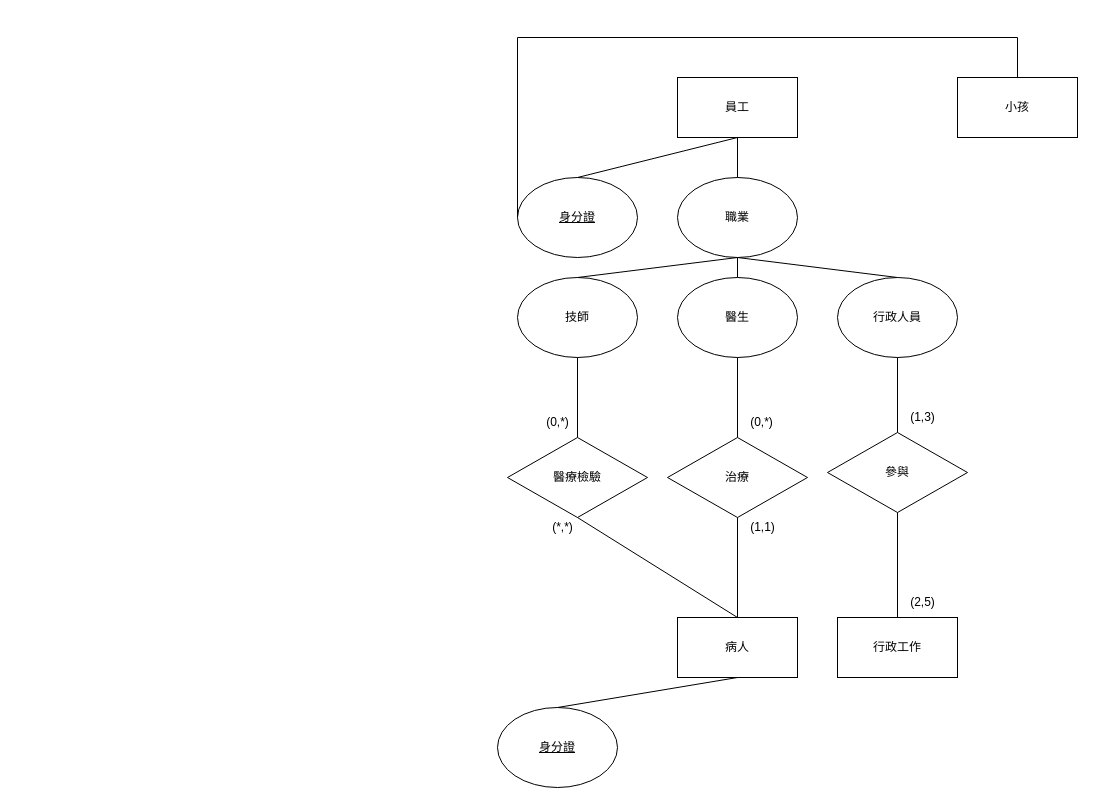
Above: MYSQL.drawio in davgo0103/Flow-Chart (draw.io), before the change. Source tidied: cells renumbered, new cells numbered last; positions are measured from the earlier drawing's top-left corner, leaving out a move shared by most shapes. Both pictures are drawn from the tidied source at 100%, with x=0, y=0 at pixel (497, 37).
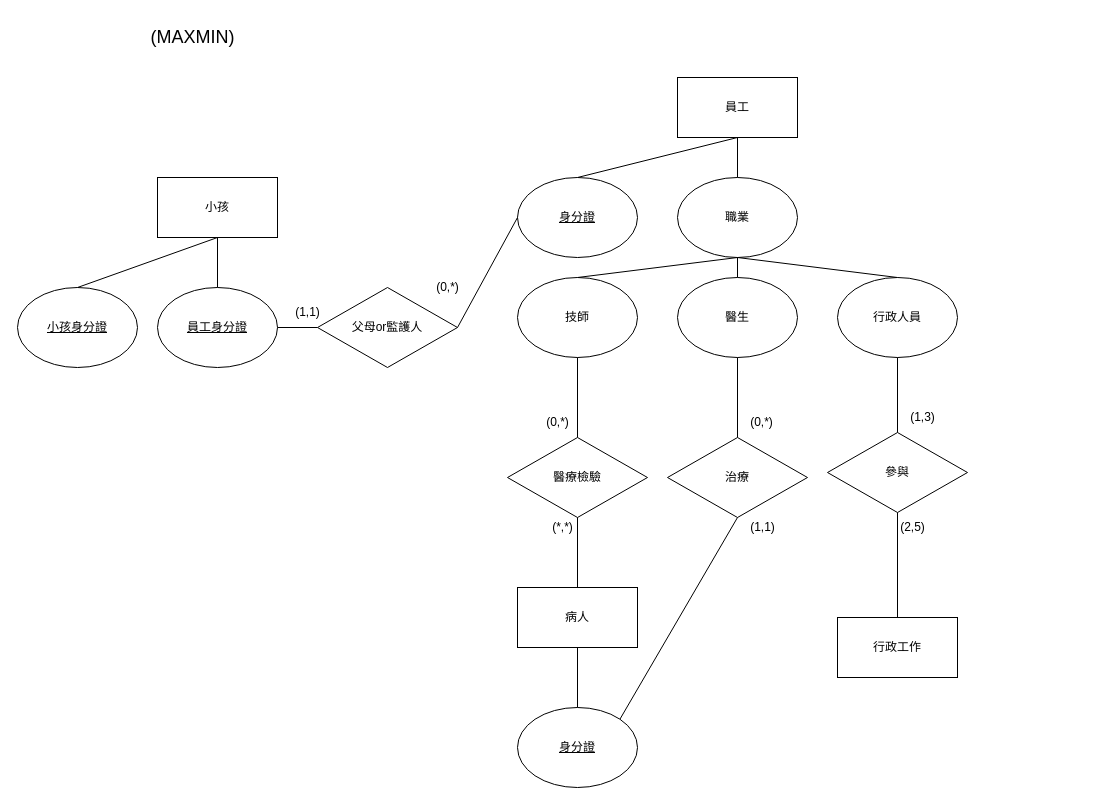
The same page after the edit.

Unchanged cells that the change refers to:
```xml
<mxCell id="14" value="治療" style="rhombus;whiteSpace=wrap;html=1;" parent="1" vertex="1">
  <mxGeometry x="170" y="400" width="140" height="80" as="geometry" />
</mxCell>
<mxCell id="24" value="&lt;u&gt;身分證&lt;/u&gt;" style="ellipse;whiteSpace=wrap;html=1;" parent="1" vertex="1">
  <mxGeometry x="20" y="140" width="120" height="80" as="geometry" />
</mxCell>
```

Change to the diagram source:
```diff
@@
     <mxCell id="3" value="病人" style="rounded=0;whiteSpace=wrap;html=1;" parent="1" vertex="1">
-      <mxGeometry x="180" y="580" width="120" height="60" as="geometry" />
+      <mxGeometry x="20" y="550" width="120" height="60" as="geometry" />
     </mxCell>
@@
     <mxCell id="5" value="小孩" style="rounded=0;whiteSpace=wrap;html=1;" parent="1" vertex="1">
-      <mxGeometry x="460" y="40" width="120" height="60" as="geometry" />
+      <mxGeometry x="-340" y="140" width="120" height="60" as="geometry" />
     </mxCell>
@@
-    <mxCell id="16" style="endArrow=none;html=1;rounded=0;entryX=0.5;entryY=1;entryDx=0;entryDy=0;exitX=0.5;exitY=0;exitDx=0;exitDy=0;" parent="1" edge="1" source="3" target="14">
+    <mxCell id="16" style="endArrow=none;html=1;rounded=0;entryX=0.5;entryY=1;entryDx=0;entryDy=0;exitX=1;exitY=0;exitDx=0;exitDy=0;" parent="1" edge="1" source="22" target="14">
       <mxGeometry relative="1" as="geometry" />
     </mxCell>
@@
     <mxCell id="22" value="&lt;u&gt;身分證&lt;/u&gt;" style="ellipse;whiteSpace=wrap;html=1;" parent="1" vertex="1">
-      <mxGeometry y="670" width="120" height="80" as="geometry" />
+      <mxGeometry x="20" y="670" width="120" height="80" as="geometry" />
     </mxCell>
@@
     <mxCell id="32" value="(2,5)" style="text;html=1;align=center;verticalAlign=middle;strokeColor=none;fillColor=none;" parent="1" vertex="1">
-      <mxGeometry x="400" y="550" width="50" height="30" as="geometry" />
+      <mxGeometry x="390" y="475" width="50" height="30" as="geometry" />
     </mxCell>
-    <mxCell id="33" style="endArrow=none;html=1;rounded=0;exitX=0;exitY=0.5;exitDx=0;exitDy=0;entryX=0.5;entryY=0;entryDx=0;entryDy=0;" parent="1" edge="1" source="24" target="5">
-      <mxGeometry relative="1" as="geometry">
-        <Array as="points">
-          <mxPoint x="20" />
-          <mxPoint x="520" />
-        </Array>
-      </mxGeometry>
-    </mxCell>
+    <mxCell id="34" style="endArrow=none;html=1;rounded=0;entryX=0;entryY=0.5;entryDx=0;entryDy=0;exitX=1;exitY=0.5;exitDx=0;exitDy=0;" parent="1" edge="1" source="37" target="24">
+      <mxGeometry relative="1" as="geometry" />
+    </mxCell>
+    <mxCell id="35" value="&lt;u&gt;員工身分證&lt;/u&gt;" style="ellipse;whiteSpace=wrap;html=1;" parent="1" vertex="1">
+      <mxGeometry x="-340" y="250" width="120" height="80" as="geometry" />
+    </mxCell>
+    <mxCell id="36" style="endArrow=none;html=1;rounded=0;entryX=0.5;entryY=1;entryDx=0;entryDy=0;exitX=0.5;exitY=0;exitDx=0;exitDy=0;" parent="1" edge="1" source="35" target="5">
+      <mxGeometry relative="1" as="geometry" />
+    </mxCell>
+    <mxCell id="37" value="父母or監護人" style="rhombus;whiteSpace=wrap;html=1;" parent="1" vertex="1">
+      <mxGeometry x="-180" y="250" width="140" height="80" as="geometry" />
+    </mxCell>
+    <mxCell id="38" style="endArrow=none;html=1;rounded=0;entryX=0;entryY=0.5;entryDx=0;entryDy=0;exitX=1;exitY=0.5;exitDx=0;exitDy=0;" parent="1" edge="1" source="35" target="37">
+      <mxGeometry relative="1" as="geometry" />
+    </mxCell>
+    <mxCell id="39" value="(0,*)" style="text;html=1;align=center;verticalAlign=middle;strokeColor=none;fillColor=none;" parent="1" vertex="1">
+      <mxGeometry x="-75" y="235" width="50" height="30" as="geometry" />
+    </mxCell>
+    <mxCell id="40" value="(1,1)" style="text;html=1;align=center;verticalAlign=middle;strokeColor=none;fillColor=none;" parent="1" vertex="1">
+      <mxGeometry x="-215" y="260" width="50" height="30" as="geometry" />
+    </mxCell>
+    <mxCell id="41" value="&lt;font style=&quot;font-size: 18px;&quot;&gt;(MAXMIN)&lt;/font&gt;" style="text;html=1;align=center;verticalAlign=middle;strokeColor=none;fillColor=none;" parent="1" vertex="1">
+      <mxGeometry x="-360" y="-20" width="110" height="40" as="geometry" />
+    </mxCell>
+    <mxCell id="42" value="&lt;u&gt;小孩身分證&lt;/u&gt;" style="ellipse;whiteSpace=wrap;html=1;" parent="1" vertex="1">
+      <mxGeometry x="-480" y="250" width="120" height="80" as="geometry" />
+    </mxCell>
+    <mxCell id="43" style="endArrow=none;html=1;rounded=0;fontSize=18;exitX=0.5;exitY=0;exitDx=0;exitDy=0;entryX=0.5;entryY=1;entryDx=0;entryDy=0;" parent="1" edge="1" source="42" target="5">
+      <mxGeometry relative="1" as="geometry" />
+    </mxCell>
```
